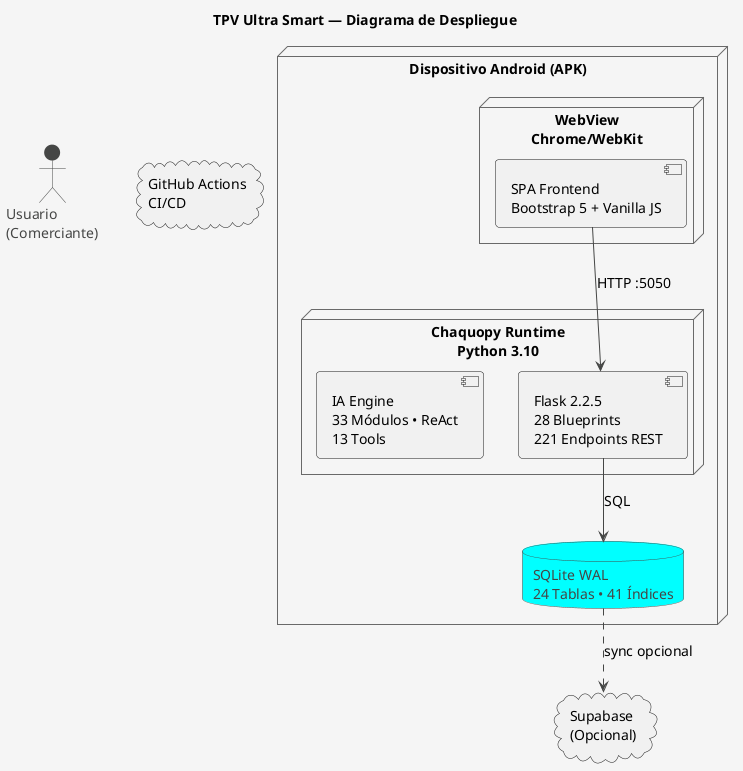
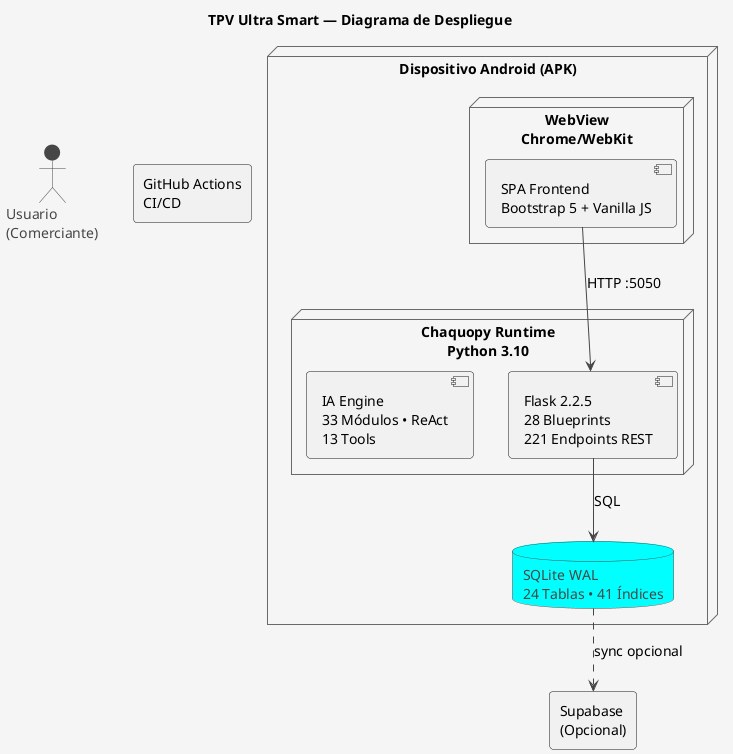
@startuml
!theme vibrant
skinparam backgroundColor #F5F5F5
skinparam defaultFontName "Helvetica"
skinparam defaultFontSize 14
title **TPV Ultra Smart — Diagrama de Despliegue**
actor "Usuario\n(Comerciante)" as USER
node "Dispositivo Android (APK)" as ANDROID {
  node "WebView\nChrome/WebKit" as WV {
    component "SPA Frontend\nBootstrap 5 + Vanilla JS" as FE
  }
  node "Chaquopy Runtime\nPython 3.10" as CHAQUOPY {
    component "Flask 2.2.5\n28 Blueprints\n221 Endpoints REST" as FLASK
    component "IA Engine\n33 Módulos • ReAct\n13 Tools" as IA
  }
  database "SQLite WAL\n24 Tablas • 41 Índices" as SQLITE
  FE --> FLASK : HTTP :5050
  FLASK --> SQLITE : SQL
}
- cloud "GitHub Actions\nCI/CD" as CI
- cloud "Supabase\n(Opcional)" as SUP
+ rectangle "GitHub Actions\nCI/CD" as CI
+ rectangle "Supabase\n(Opcional)" as SUP
SQLITE ..> SUP : sync opcional
@enduml